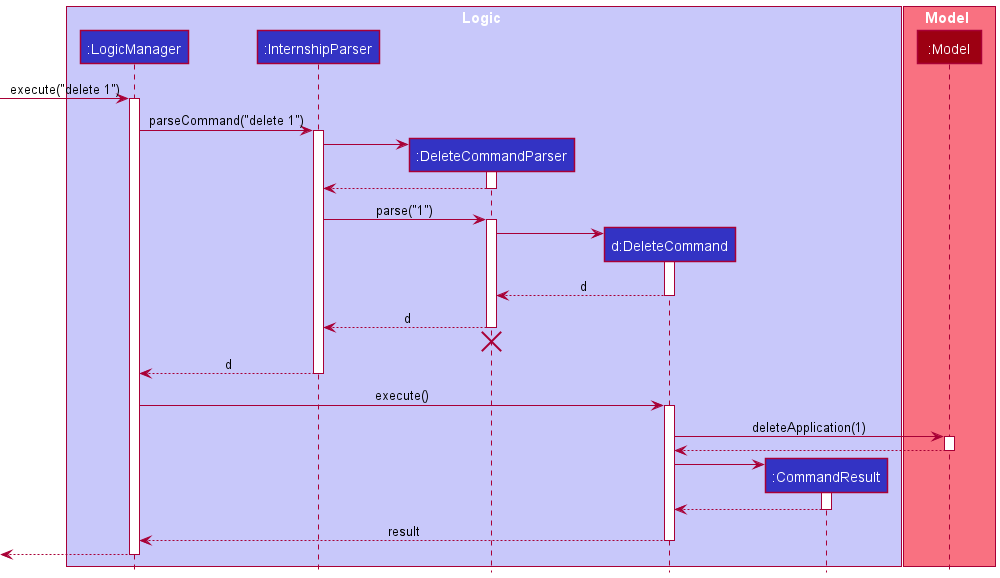
This is docs/images/umldiagrams/DeleteSequenceDiagram.png from tianyue58/tp, a PlantUML export, as it was before one commit. Its diagram source:
```plantuml
@startuml
!include style.puml

box Logic LOGIC_COLOR_T1
participant ":LogicManager" as LogicManager LOGIC_COLOR
participant ":InternshipParser" as InternshipParser LOGIC_COLOR
participant ":DeleteCommandParser" as DeleteCommandParser LOGIC_COLOR
participant "d:DeleteCommand" as DeleteCommand LOGIC_COLOR
participant ":CommandResult" as CommandResult LOGIC_COLOR
end box

box Model MODEL_COLOR_T1
participant ":Model" as Model MODEL_COLOR
end box

[-> LogicManager : execute("delete 1")
activate LogicManager

LogicManager -> InternshipParser : parseCommand("delete 1")
activate InternshipParser

create DeleteCommandParser
InternshipParser -> DeleteCommandParser
activate DeleteCommandParser

DeleteCommandParser --> InternshipParser
deactivate DeleteCommandParser

InternshipParser -> DeleteCommandParser : parse("1")
activate DeleteCommandParser

create DeleteCommand
DeleteCommandParser -> DeleteCommand
activate DeleteCommand

DeleteCommand --> DeleteCommandParser : d
deactivate DeleteCommand

DeleteCommandParser --> InternshipParser : d
deactivate DeleteCommandParser
DeleteCommandParser -[hidden]-> InternshipParser
destroy DeleteCommandParser

InternshipParser --> LogicManager : d
deactivate InternshipParser

LogicManager -> DeleteCommand : execute()
activate DeleteCommand

DeleteCommand -> Model : deleteApplication(1)
activate Model

Model --> DeleteCommand
deactivate Model

create CommandResult
DeleteCommand -> CommandResult
activate CommandResult

CommandResult --> DeleteCommand
deactivate CommandResult

DeleteCommand --> LogicManager : result
deactivate DeleteCommand

[<--LogicManager
deactivate LogicManager
@enduml
```
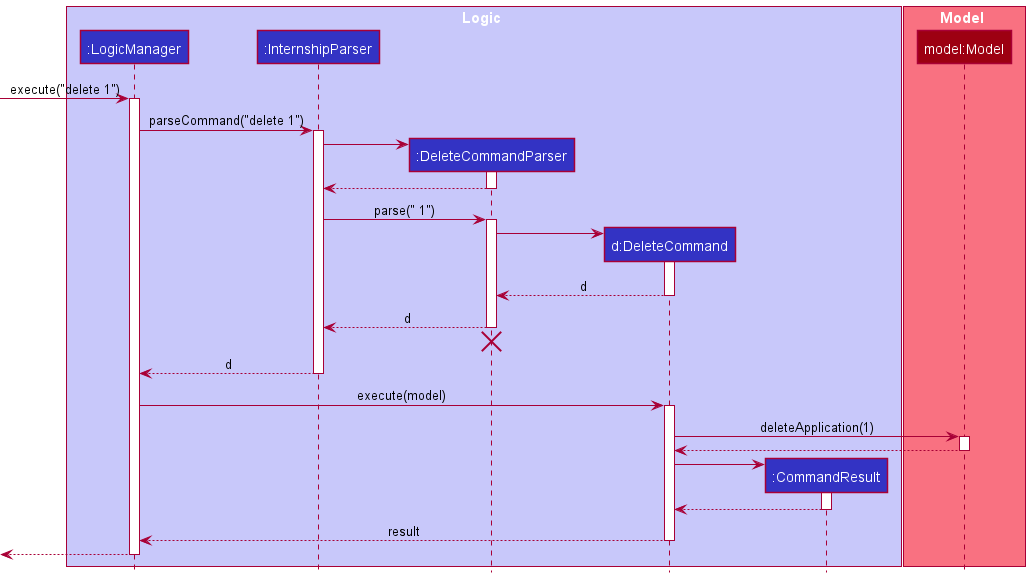
The same diagram one commit later.

Change to the diagram source:
```diff
@@ -10,7 +10,7 @@
 end box
 
 box Model MODEL_COLOR_T1
-participant ":Model" as Model MODEL_COLOR
+participant "model:Model" as Model MODEL_COLOR
 end box
 
 [-> LogicManager : execute("delete 1")
@@ -26,7 +26,7 @@
 DeleteCommandParser --> InternshipParser
 deactivate DeleteCommandParser
 
-InternshipParser -> DeleteCommandParser : parse("1")
+InternshipParser -> DeleteCommandParser : parse(" 1")
 activate DeleteCommandParser
 
 create DeleteCommand
@@ -44,7 +44,7 @@
 InternshipParser --> LogicManager : d
 deactivate InternshipParser
 
-LogicManager -> DeleteCommand : execute()
+LogicManager -> DeleteCommand : execute(model)
 activate DeleteCommand
 
 DeleteCommand -> Model : deleteApplication(1)
```
